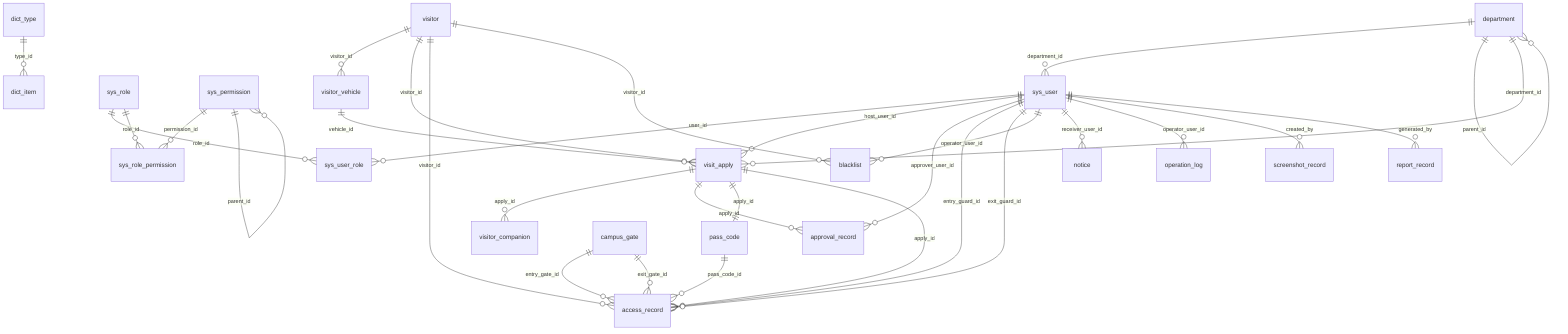
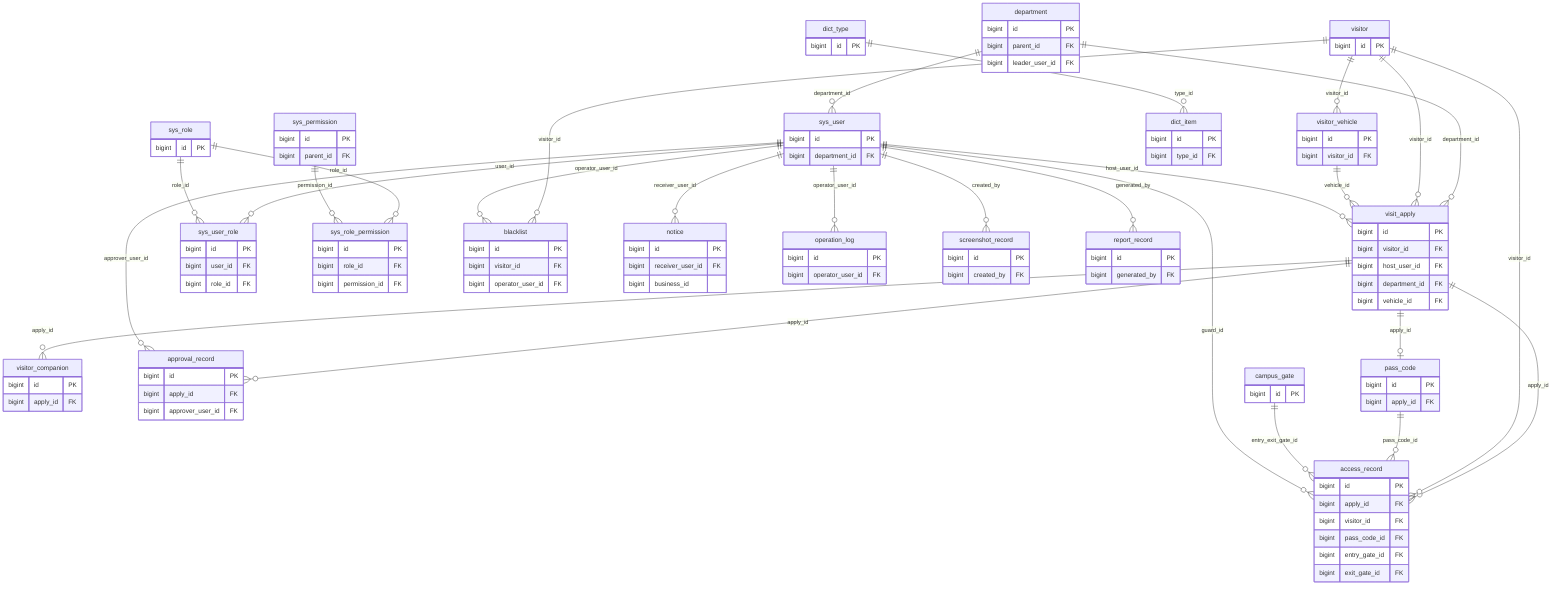
erDiagram
  department ||--o{ sys_user : department_id
-   department ||--o{ department : parent_id
  department ||--o{ visit_apply : department_id
- 
  sys_user ||--o{ sys_user_role : user_id
  sys_role ||--o{ sys_user_role : role_id
  sys_role ||--o{ sys_role_permission : role_id
  sys_permission ||--o{ sys_role_permission : permission_id
-   sys_permission ||--o{ sys_permission : parent_id
- 
  visitor ||--o{ visitor_vehicle : visitor_id
  visitor ||--o{ visit_apply : visitor_id
  visitor_vehicle ||--o{ visit_apply : vehicle_id
+   visit_apply ||--o{ visitor_companion : apply_id
  sys_user ||--o{ visit_apply : host_user_id
-   visit_apply ||--o{ visitor_companion : apply_id
  visit_apply ||--o{ approval_record : apply_id
  sys_user ||--o{ approval_record : approver_user_id
- 
-   visit_apply ||--|| pass_code : apply_id
-   pass_code ||--o{ access_record : pass_code_id
+   visit_apply ||--o| pass_code : apply_id
  visit_apply ||--o{ access_record : apply_id
  visitor ||--o{ access_record : visitor_id
-   campus_gate ||--o{ access_record : entry_gate_id
-   campus_gate ||--o{ access_record : exit_gate_id
-   sys_user ||--o{ access_record : entry_guard_id
-   sys_user ||--o{ access_record : exit_guard_id
- 
+   pass_code ||--o{ access_record : pass_code_id
+   campus_gate ||--o{ access_record : entry_exit_gate_id
+   sys_user ||--o{ access_record : guard_id
  visitor ||--o{ blacklist : visitor_id
  sys_user ||--o{ blacklist : operator_user_id
  sys_user ||--o{ notice : receiver_user_id
  sys_user ||--o{ operation_log : operator_user_id
  dict_type ||--o{ dict_item : type_id
  sys_user ||--o{ screenshot_record : created_by
-   sys_user ||--o{ report_record : generated_by+   sys_user ||--o{ report_record : generated_by
+ 
+   department {
+     bigint id PK
+     bigint parent_id FK
+     bigint leader_user_id FK
+   }
+   sys_user {
+     bigint id PK
+     bigint department_id FK
+   }
+   sys_role {
+     bigint id PK
+   }
+   sys_permission {
+     bigint id PK
+     bigint parent_id FK
+   }
+   sys_user_role {
+     bigint id PK
+     bigint user_id FK
+     bigint role_id FK
+   }
+   sys_role_permission {
+     bigint id PK
+     bigint role_id FK
+     bigint permission_id FK
+   }
+   visitor {
+     bigint id PK
+   }
+   visitor_vehicle {
+     bigint id PK
+     bigint visitor_id FK
+   }
+   visitor_companion {
+     bigint id PK
+     bigint apply_id FK
+   }
+   visit_apply {
+     bigint id PK
+     bigint visitor_id FK
+     bigint host_user_id FK
+     bigint department_id FK
+     bigint vehicle_id FK
+   }
+   approval_record {
+     bigint id PK
+     bigint apply_id FK
+     bigint approver_user_id FK
+   }
+   pass_code {
+     bigint id PK
+     bigint apply_id FK
+   }
+   access_record {
+     bigint id PK
+     bigint apply_id FK
+     bigint visitor_id FK
+     bigint pass_code_id FK
+     bigint entry_gate_id FK
+     bigint exit_gate_id FK
+   }
+   campus_gate {
+     bigint id PK
+   }
+   blacklist {
+     bigint id PK
+     bigint visitor_id FK
+     bigint operator_user_id FK
+   }
+   notice {
+     bigint id PK
+     bigint receiver_user_id FK
+     bigint business_id
+   }
+   operation_log {
+     bigint id PK
+     bigint operator_user_id FK
+   }
+   dict_type {
+     bigint id PK
+   }
+   dict_item {
+     bigint id PK
+     bigint type_id FK
+   }
+   screenshot_record {
+     bigint id PK
+     bigint created_by FK
+   }
+   report_record {
+     bigint id PK
+     bigint generated_by FK
+   }